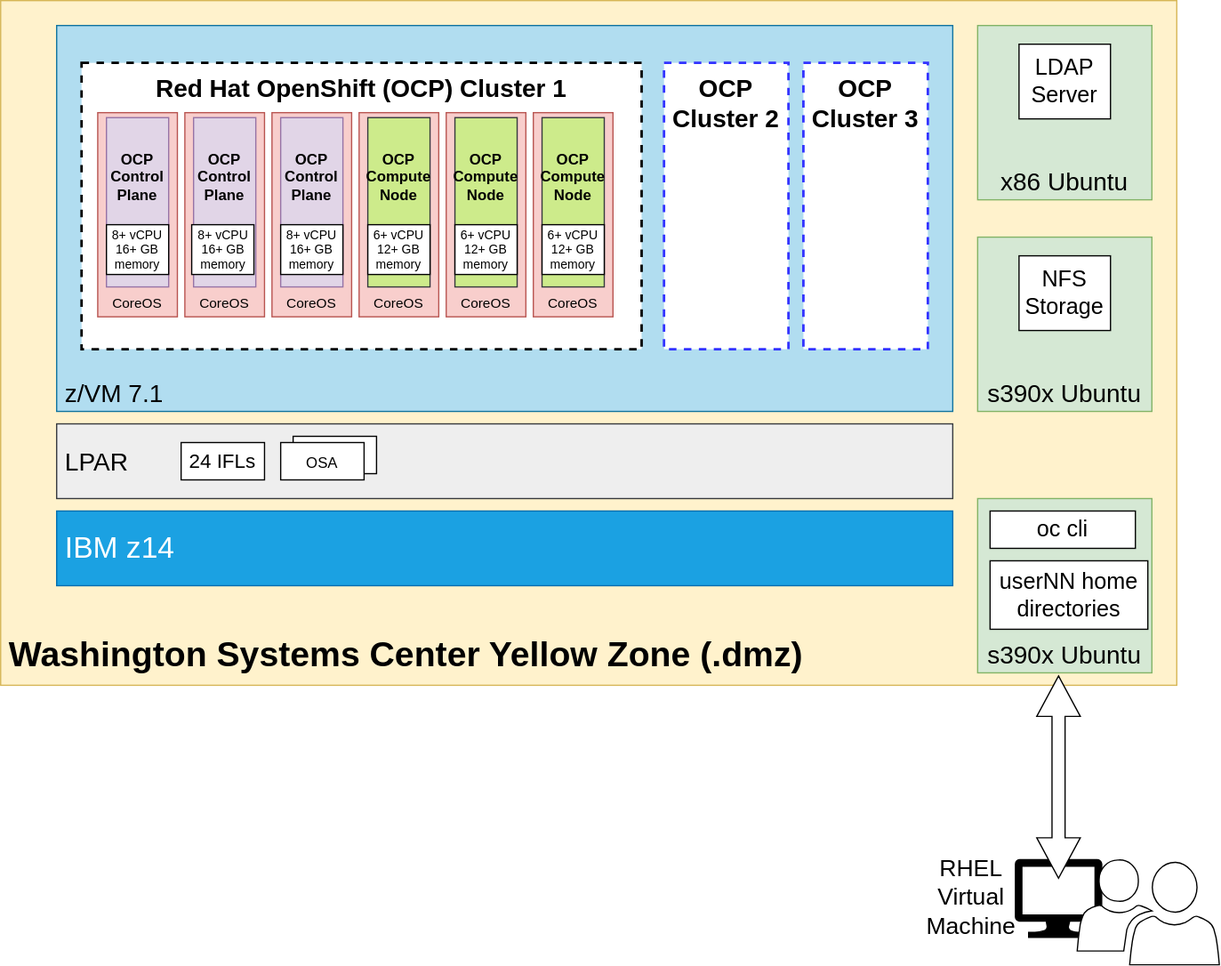
Before: docs/ocpz-workshop-arch.drawio.svg, a diagram exported from draw.io (mmondics/ocp-z-workshop). Source tidied: cells renumbered, new cells last; positions are measured from the earlier drawing's top-left corner, leaving out a move shared by most shapes.
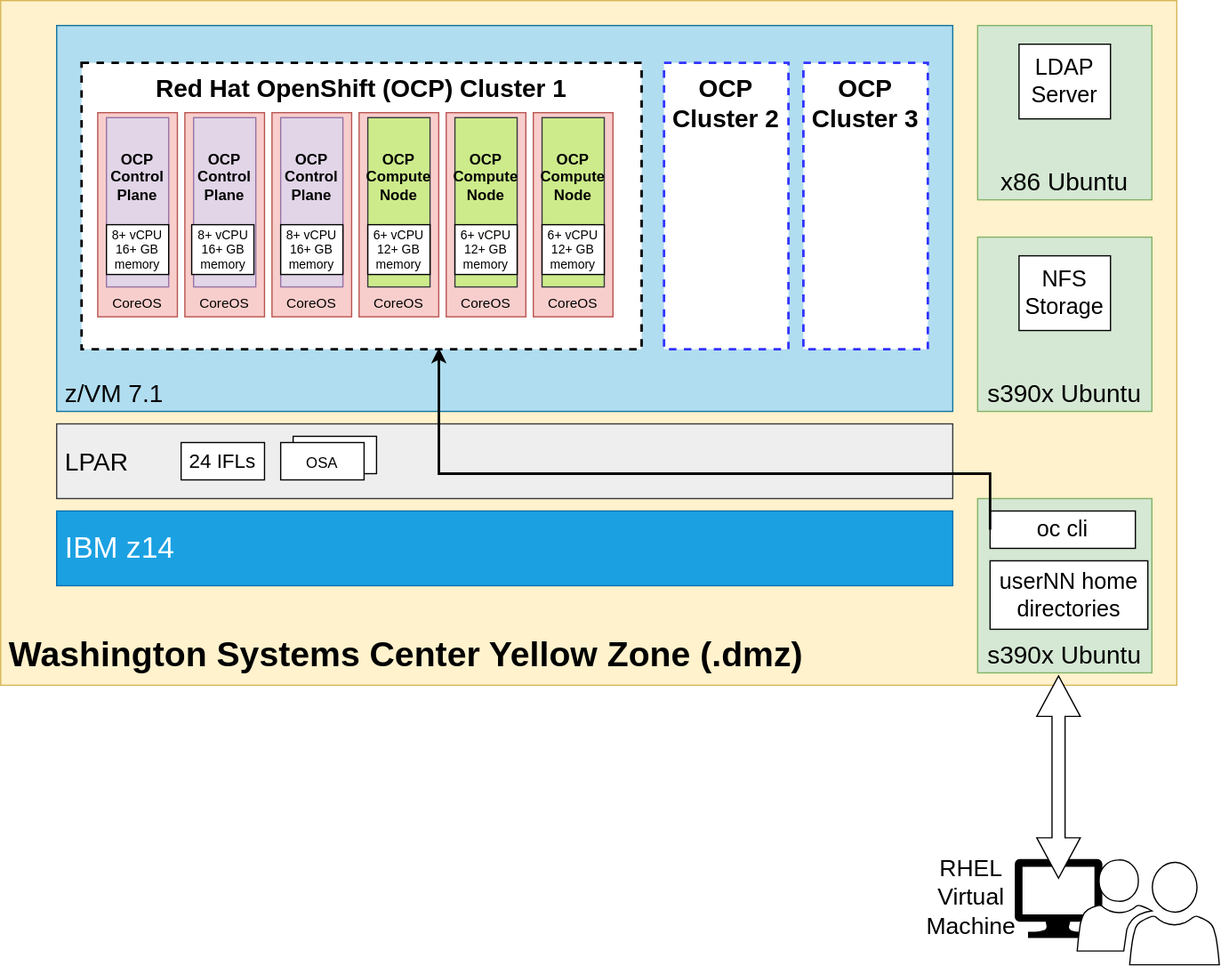
Above is the later version.

Diff of the diagram source:
```diff
@@ -119,5 +119,13 @@
     <mxCell id="40" value="&lt;div style=&quot;font-size: 10px&quot;&gt;&lt;font style=&quot;font-size: 10px&quot;&gt;6+ vCPU&lt;/font&gt;&lt;/div&gt;&lt;div style=&quot;font-size: 10px&quot;&gt;&lt;font style=&quot;font-size: 10px&quot;&gt;12+ GB memory&lt;br&gt;&lt;/font&gt;&lt;/div&gt;" style="rounded=0;whiteSpace=wrap;html=1;labelBackgroundColor=none;fontSize=12;strokeWidth=1;align=center;verticalAlign=middle;" parent="1" vertex="1">
       <mxGeometry x="435" y="180" width="50" height="40" as="geometry" />
     </mxCell>
+    <mxCell id="41" style="edgeStyle=segmentEdgeStyle;endArrow=classic;html=1;rounded=0;exitX=0;exitY=0.5;exitDx=0;exitDy=0;entryX=0.638;entryY=0.996;entryDx=0;entryDy=0;entryPerimeter=0;strokeWidth=2;" parent="1" edge="1" source="31" target="5">
+      <mxGeometry relative="1" as="geometry">
+        <Array as="points">
+          <mxPoint x="795" y="380" />
+          <mxPoint x="352" y="380" />
+        </Array>
+      </mxGeometry>
+    </mxCell>
   </root>
 </mxGraphModel>
```
